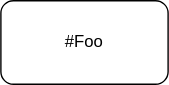
Earlier version of the draw.io export website/firebase_mongodb_nodejs/api_flow/get_user_id.drawio.svg (rospisey/fullstack). Source tidied: cells renumbered, new cells last; positions are measured from the earlier drawing's top-left corner, leaving out a move shared by most shapes.
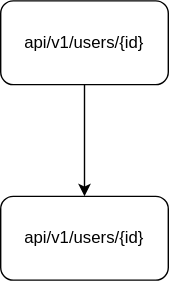
Above is the later version.

Diff of the diagram source:
```diff
@@ -2,8 +2,14 @@
   <root>
     <mxCell id="0" />
     <mxCell id="1" parent="0" />
+    <mxCell id="3" style="edgeStyle=orthogonalEdgeStyle;rounded=0;jettySize=auto;html=1;" parent="1" edge="1" source="2" target="4">
+      <mxGeometry relative="1" as="geometry" />
+    </mxCell>
-    <mxCell id="2" value="#Foo" style="rounded=1;whiteSpace=wrap;html=1;" parent="1" vertex="1">
+    <mxCell id="2" value="api/v1/users/{id}" style="rounded=1;whiteSpace=wrap;html=1;" parent="1" vertex="1">
       <mxGeometry width="120" height="60" as="geometry" />
     </mxCell>
+    <mxCell id="4" value="api/v1/users/{id}" style="rounded=1;whiteSpace=wrap;html=1;" parent="1" vertex="1">
+      <mxGeometry y="140" width="120" height="60" as="geometry" />
+    </mxCell>
   </root>
 </mxGraphModel>
```
